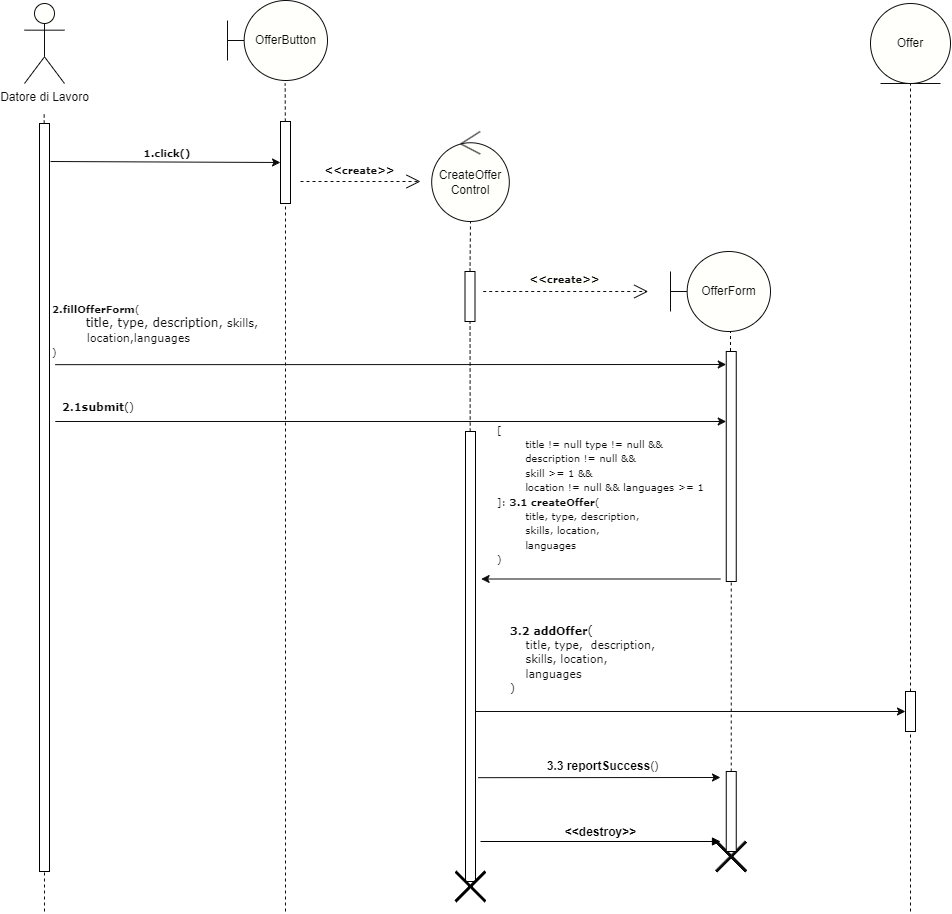
Earlier version of the draw.io export Documentazione/1. Requirement_Analysis_Document/Sequence_Diagrams/SD_CO.png (JacopoPassariello/TuringCareers). Source tidied: cells renumbered, new cells last; positions are measured from the earlier drawing's top-left corner, leaving out a move shared by most shapes.
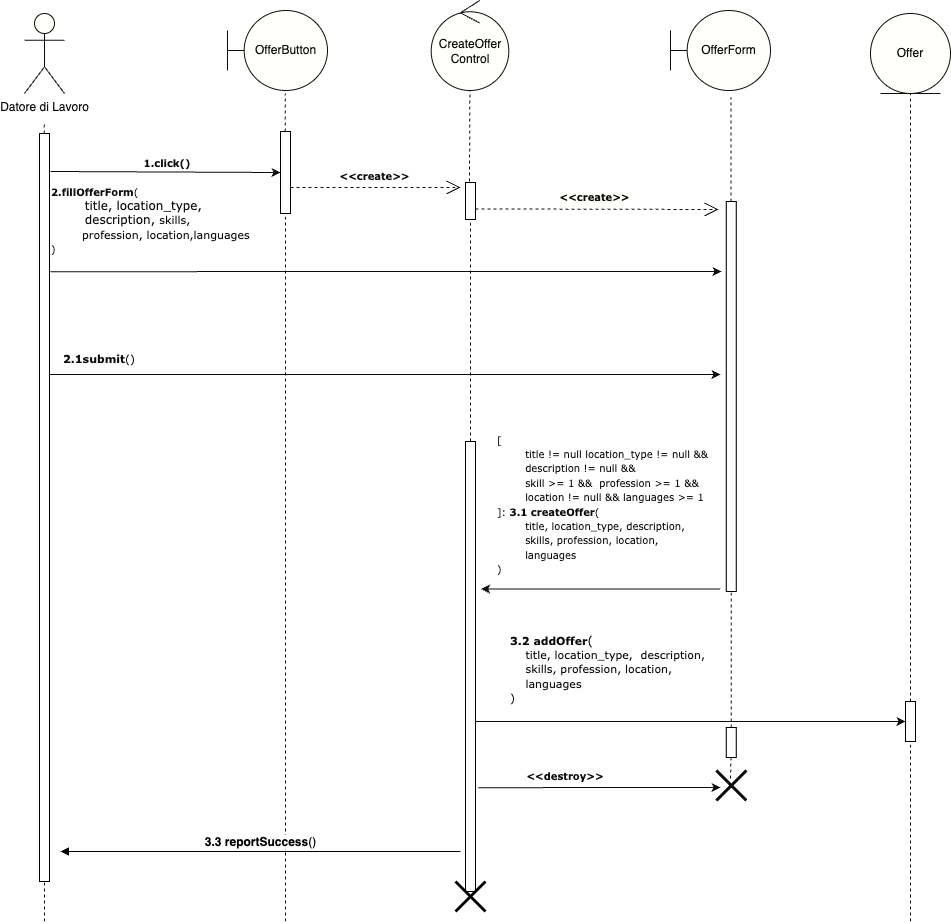
After the change.

Commit message:
Update sequence diagram CO

The edit, as a diff of the source:
```diff
@@ -10,11 +10,16 @@
         <mxPoint x="260.7" y="83" as="targetPoint" />
       </mxGeometry>
     </mxCell>
-    <mxCell id="4" style="endArrow=none;dashed=1;html=1;rounded=0;strokeColor=#0D0D0D;exitX=0.5;exitY=0;exitDx=0;exitDy=0;" parent="1" edge="1" source="14">
+    <mxCell id="4" style="endArrow=none;dashed=1;html=1;rounded=0;entryX=0.499;entryY=0.996;entryDx=0;entryDy=0;strokeColor=#0D0D0D;entryPerimeter=0;" parent="1" edge="1" target="24">
       <mxGeometry relative="1" as="geometry">
-        <mxPoint x="446" y="221" as="targetPoint" />
+        <mxPoint x="445" y="171" as="sourcePoint" />
       </mxGeometry>
     </mxCell>
+    <mxCell id="41" style="endArrow=none;dashed=1;html=1;rounded=0;strokeColor=#0D0D0D;entryX=0.587;entryY=1.046;entryDx=0;entryDy=0;entryPerimeter=0;" parent="1" edge="1" source="19">
+      <mxGeometry relative="1" as="geometry">
+        <mxPoint x="706.4" y="86.7" as="targetPoint" />
+      </mxGeometry>
+    </mxCell>
     <mxCell id="5" style="endArrow=none;dashed=1;html=1;rounded=0;entryX=0.5;entryY=1;entryDx=0;entryDy=0;strokeColor=#0D0D0D;" parent="1" edge="1" source="32" target="23">
       <mxGeometry relative="1" as="geometry" />
     </mxCell>
@@ -51,58 +56,58 @@
       <mxGeometry relative="1" as="geometry" />
     </mxCell>
     <mxCell id="14" style="rounded=0;whiteSpace=wrap;html=1;strokeColor=default;fillColor=none;" parent="1" vertex="1">
-      <mxGeometry x="440.5" y="271" width="10" height="50" as="geometry" />
+      <mxGeometry x="441" y="172" width="10" height="37" as="geometry" />
     </mxCell>
     <mxCell id="15" style="endArrow=classic;html=1;rounded=0;fontColor=#0D0D0D;strokeColor=#0D0D0D;" parent="1" edge="1">
       <mxGeometry relative="1" as="geometry">
-        <mxPoint x="30.8" y="364.2" as="sourcePoint" />
-        <mxPoint x="701.8" y="364" as="targetPoint" />
+        <mxPoint x="26" y="261.2" as="sourcePoint" />
+        <mxPoint x="697" y="261" as="targetPoint" />
       </mxGeometry>
     </mxCell>
     <mxCell id="16" value="&lt;font color=&quot;#0d0d0d&quot; style=&quot;font-size: 10px;&quot; face=&quot;Verdana&quot;&gt;&lt;b&gt;&amp;lt;&amp;lt;create&amp;gt;&amp;gt;&lt;/b&gt;&lt;/font&gt;" style="endArrow=open;endSize=12;dashed=1;html=1;rounded=0;strokeColor=#0D0D0D;labelBackgroundColor=none;" parent="1" edge="1">
       <mxGeometry x="-0.02" y="11" relative="1" as="geometry">
-        <mxPoint x="276" y="181" as="sourcePoint" />
-        <mxPoint x="396" y="181" as="targetPoint" />
+        <mxPoint x="266" y="177" as="sourcePoint" />
+        <mxPoint x="436" y="177" as="targetPoint" />
       </mxGeometry>
     </mxCell>
     <mxCell id="17" value="&lt;font style=&quot;font-size: 10px;&quot; face=&quot;Verdana&quot;&gt;&lt;b&gt;&amp;lt;&amp;lt;create&amp;gt;&amp;gt;&lt;/b&gt;&lt;/font&gt;" style="endArrow=open;endSize=12;dashed=1;html=1;rounded=0;strokeColor=#0D0D0D;fontColor=#0D0D0D;labelBackgroundColor=#FFFFFC;" parent="1" edge="1">
       <mxGeometry x="-0.02" y="12" relative="1" as="geometry">
-        <mxPoint x="458.7" y="291" as="sourcePoint" />
-        <mxPoint x="623.7" y="291" as="targetPoint" />
+        <mxPoint x="451" y="198.4" as="sourcePoint" />
+        <mxPoint x="694" y="199" as="targetPoint" />
       </mxGeometry>
     </mxCell>
     <mxCell id="18" style="endArrow=none;dashed=1;html=1;rounded=0;strokeColor=#0D0D0D;" parent="1" edge="1" source="36" target="19">
       <mxGeometry relative="1" as="geometry" />
     </mxCell>
     <mxCell id="19" style="rounded=0;whiteSpace=wrap;html=1;strokeColor=default;fillColor=none;" parent="1" vertex="1">
-      <mxGeometry x="701.8" y="351" width="10" height="230" as="geometry" />
+      <mxGeometry x="701.8" y="191" width="10" height="390" as="geometry" />
     </mxCell>
-    <mxCell id="20" value="&lt;font face=&quot;Verdana&quot;&gt;&lt;font style=&quot;font-size: 10px;&quot;&gt;&lt;b style=&quot;&quot;&gt;2.fillOfferForm&lt;/b&gt;(&lt;br&gt;&lt;/font&gt;&lt;span style=&quot;white-space: pre;&quot;&gt;&#9;&lt;/span&gt;title, type,&amp;nbsp;description,&amp;nbsp;&lt;span style=&quot;font-size: 11px;&quot;&gt;skills, &lt;span style=&quot;white-space: pre;&quot;&gt;&#9;&lt;/span&gt;&amp;nbsp;location,&lt;/span&gt;&lt;span style=&quot;font-size: 11px;&quot;&gt;languages&lt;/span&gt;&lt;font style=&quot;font-size: 10px;&quot;&gt;&lt;br&gt;)&lt;/font&gt;&lt;/font&gt;" style="text;html=1;strokeColor=none;fillColor=none;align=left;verticalAlign=middle;whiteSpace=wrap;rounded=0;labelBackgroundColor=none;fontColor=#0D0D0D;" parent="1" vertex="1">
-      <mxGeometry x="26" y="301" width="240" height="58" as="geometry" />
+    <mxCell id="20" value="&lt;font face=&quot;Verdana&quot;&gt;&lt;font style=&quot;font-size: 10px;&quot;&gt;&lt;b style=&quot;&quot;&gt;2.fillOfferForm&lt;/b&gt;(&lt;br&gt;&lt;/font&gt;&lt;span style=&quot;white-space: pre;&quot;&gt;&#9;&lt;/span&gt;title, location_type,&lt;br&gt;&lt;span style=&quot;white-space: pre;&quot;&gt;&#9;&lt;/span&gt;description,&amp;nbsp;&lt;span style=&quot;font-size: 11px;&quot;&gt;skills,&lt;br&gt;&lt;span style=&quot;white-space: pre;&quot;&gt;&#9;&lt;/span&gt;profession, location,&lt;/span&gt;&lt;span style=&quot;font-size: 11px;&quot;&gt;languages&lt;/span&gt;&lt;font style=&quot;font-size: 10px;&quot;&gt;&lt;br&gt;)&lt;/font&gt;&lt;/font&gt;" style="text;html=1;strokeColor=none;fillColor=none;align=left;verticalAlign=middle;whiteSpace=wrap;rounded=0;labelBackgroundColor=none;fontColor=#0D0D0D;" parent="1" vertex="1">
+      <mxGeometry x="25" y="181" width="240" height="58" as="geometry" />
     </mxCell>
     <mxCell id="21" style="endArrow=classic;html=1;rounded=0;strokeColor=#0D0D0D;" parent="1" edge="1">
       <mxGeometry relative="1" as="geometry">
-        <mxPoint x="30.8" y="421" as="sourcePoint" />
-        <mxPoint x="701.8" y="421" as="targetPoint" />
+        <mxPoint x="25" y="364" as="sourcePoint" />
+        <mxPoint x="696" y="364" as="targetPoint" />
       </mxGeometry>
     </mxCell>
     <mxCell id="22" value="&lt;font face=&quot;Verdana&quot; style=&quot;font-size: 11px;&quot;&gt;&lt;b style=&quot;&quot;&gt;2.1submit&lt;/b&gt;()&lt;/font&gt;" style="text;html=1;strokeColor=none;fillColor=none;align=left;verticalAlign=middle;whiteSpace=wrap;rounded=0;fontColor=#0D0D0D;" parent="1" vertex="1">
-      <mxGeometry x="36" y="391" width="86" height="32" as="geometry" />
+      <mxGeometry x="36.8" y="333" width="86" height="32" as="geometry" />
     </mxCell>
     <mxCell id="23" value="Offer" style="ellipse;shape=umlEntity;whiteSpace=wrap;html=1;strokeColor=#0D0D0D;fontColor=#0D0D0D;fillColor=#FFFFFC;" parent="1" vertex="1">
       <mxGeometry x="846" y="3" width="80" height="80" as="geometry" />
     </mxCell>
     <mxCell id="24" value="CreateOffer&lt;br&gt;Control" style="ellipse;shape=umlControl;whiteSpace=wrap;html=1;strokeColor=#0D0D0D;fontColor=#0D0D0D;fillColor=#FFFFFC;" parent="1" vertex="1">
-      <mxGeometry x="407.2" y="131" width="77.6" height="90" as="geometry" />
+      <mxGeometry x="406.7" y="-10" width="77.6" height="90" as="geometry" />
     </mxCell>
     <mxCell id="25" value="&lt;font color=&quot;#0d0d0d&quot;&gt;OfferButton&lt;/font&gt;" style="shape=umlBoundary;whiteSpace=wrap;html=1;strokeColor=#0D0D0D;fillColor=#FFFFFC;" parent="1" vertex="1">
       <mxGeometry x="203" width="100" height="80" as="geometry" />
     </mxCell>
     <mxCell id="26" value="OfferForm" style="shape=umlBoundary;whiteSpace=wrap;html=1;strokeColor=#0D0D0D;fontColor=#0D0D0D;fillColor=#FFFFFC;" parent="1" vertex="1">
-      <mxGeometry x="646" y="251" width="100" height="80" as="geometry" />
+      <mxGeometry x="646" width="100" height="80" as="geometry" />
     </mxCell>
-    <mxCell id="27" value="&lt;font face=&quot;Verdana&quot;&gt;&lt;font style=&quot;font-size: 10px;&quot;&gt;[ &lt;br&gt;&lt;span style=&quot;white-space: pre;&quot;&gt;&#9;&lt;/span&gt;title != null type != null &amp;amp;&amp;amp; &lt;span style=&quot;white-space: pre;&quot;&gt;&#9;&lt;/span&gt;description != null &amp;amp;&amp;amp;&lt;br&gt;&lt;span style=&quot;white-space: pre;&quot;&gt;&#9;&lt;/span&gt;skill &amp;gt;= 1 &amp;amp;&amp;amp;&lt;br&gt;&lt;span style=&quot;white-space: pre;&quot;&gt;&#9;&lt;/span&gt;location != null &amp;amp;&amp;amp; languages &amp;gt;= 1&lt;br&gt;]: &lt;b style=&quot;&quot;&gt;3.1 createOffer&lt;/b&gt;(&lt;br&gt;&lt;span style=&quot;white-space: pre;&quot;&gt;&amp;nbsp;&amp;nbsp;&amp;nbsp;&amp;nbsp;&lt;span style=&quot;white-space: pre;&quot;&gt;&#9;&lt;/span&gt;&lt;/span&gt;&lt;/font&gt;&lt;font style=&quot;font-size: 10px;&quot;&gt;title, type, description,&lt;/font&gt;&lt;br&gt;&lt;span style=&quot;font-size: 10px;&quot;&gt;&lt;span style=&quot;&quot;&gt;&lt;span style=&quot;white-space: pre;&quot;&gt;&amp;nbsp;&amp;nbsp;&amp;nbsp;&amp;nbsp;&lt;span style=&quot;white-space: pre;&quot;&gt;&#9;&lt;/span&gt;&lt;/span&gt;&lt;/span&gt;skills&lt;/span&gt;&lt;span style=&quot;font-size: 10px;&quot;&gt;,&lt;span style=&quot;white-space: pre;&quot;&gt;&amp;nbsp;&lt;/span&gt;&lt;/span&gt;&lt;span style=&quot;font-size: 10px;&quot;&gt;location,&lt;/span&gt;&lt;br style=&quot;font-size: 10px;&quot;&gt;&lt;span style=&quot;font-size: 10px;&quot;&gt;&lt;span style=&quot;&quot;&gt;&amp;nbsp;&amp;nbsp;&amp;nbsp;&amp;nbsp;&lt;span style=&quot;white-space: pre;&quot;&gt;&amp;nbsp;&amp;nbsp;&amp;nbsp;&amp;nbsp;&lt;/span&gt;&lt;/span&gt;&lt;/span&gt;&lt;span style=&quot;font-size: 10px;&quot;&gt;languages&lt;/span&gt;&lt;font style=&quot;font-size: 10px;&quot;&gt;&lt;br&gt;)&lt;/font&gt;&lt;/font&gt;" style="text;html=1;strokeColor=none;fillColor=none;align=left;verticalAlign=middle;whiteSpace=wrap;rounded=0;fontColor=#0D0D0D;" parent="1" vertex="1">
-      <mxGeometry x="470.8" y="408.5" width="211" height="170" as="geometry" />
+    <mxCell id="27" value="&lt;font face=&quot;Verdana&quot;&gt;&lt;font style=&quot;font-size: 10px;&quot;&gt;[ &lt;br&gt;&lt;span style=&quot;white-space: pre;&quot;&gt;&#9;&lt;/span&gt;title != null location_type != null &amp;amp;&amp;amp; &lt;span style=&quot;white-space: pre;&quot;&gt;&#9;&lt;/span&gt;description != null &amp;amp;&amp;amp;&lt;br&gt;&lt;span style=&quot;white-space: pre;&quot;&gt;&#9;&lt;/span&gt;skill &amp;gt;= 1 &amp;amp;&amp;amp;&amp;nbsp; profession &amp;gt;= 1 &amp;amp;&amp;amp;&lt;br&gt;&lt;span style=&quot;white-space: pre;&quot;&gt;&#9;&lt;/span&gt;location != null &amp;amp;&amp;amp; languages &amp;gt;= 1&lt;br&gt;]: &lt;b style=&quot;&quot;&gt;3.1 createOffer&lt;/b&gt;(&lt;br&gt;&lt;span style=&quot;white-space: pre;&quot;&gt;&amp;nbsp;&amp;nbsp;&amp;nbsp;&amp;nbsp;&lt;span style=&quot;white-space: pre;&quot;&gt;&#9;&lt;/span&gt;&lt;/span&gt;&lt;/font&gt;&lt;font style=&quot;font-size: 10px;&quot;&gt;title, location_type, description,&lt;/font&gt;&lt;br&gt;&lt;span style=&quot;font-size: 10px;&quot;&gt;&lt;span style=&quot;&quot;&gt;&lt;span style=&quot;white-space: pre;&quot;&gt;&amp;nbsp;&amp;nbsp;&amp;nbsp;&amp;nbsp;&lt;span style=&quot;white-space: pre;&quot;&gt;&#9;&lt;/span&gt;&lt;/span&gt;&lt;/span&gt;skills,&amp;nbsp;&lt;/span&gt;&lt;span style=&quot;font-size: 10px;&quot;&gt;profession,&lt;span style=&quot;white-space: pre;&quot;&gt;&amp;nbsp;&lt;/span&gt;&lt;/span&gt;&lt;span style=&quot;font-size: 10px;&quot;&gt;location,&lt;/span&gt;&lt;br style=&quot;font-size: 10px;&quot;&gt;&lt;span style=&quot;font-size: 10px;&quot;&gt;&lt;span style=&quot;&quot;&gt;&amp;nbsp;&amp;nbsp;&amp;nbsp;&amp;nbsp;&lt;span style=&quot;white-space: pre;&quot;&gt;&amp;nbsp;&amp;nbsp;&amp;nbsp;&amp;nbsp;&lt;/span&gt;&lt;/span&gt;&lt;/span&gt;&lt;span style=&quot;font-size: 10px;&quot;&gt;languages&lt;/span&gt;&lt;font style=&quot;font-size: 10px;&quot;&gt;&lt;br&gt;)&lt;/font&gt;&lt;/font&gt;" style="text;html=1;strokeColor=none;fillColor=none;align=left;verticalAlign=middle;whiteSpace=wrap;rounded=0;fontColor=#0D0D0D;" parent="1" vertex="1">
+      <mxGeometry x="470.8" y="408.5" width="225.2" height="170" as="geometry" />
     </mxCell>
     <mxCell id="28" style="endArrow=classic;html=1;rounded=0;strokeColor=#0D0D0D;" parent="1" edge="1">
       <mxGeometry relative="1" as="geometry">
@@ -116,8 +121,8 @@
         <mxPoint x="696" y="777" as="targetPoint" />
       </mxGeometry>
     </mxCell>
-    <mxCell id="30" value="&lt;b style=&quot;border-color: var(--border-color); color: rgb(0, 0, 0); background-color: rgb(255, 255, 255);&quot;&gt;3.3 reportSuccess&lt;/b&gt;()" style="text;html=1;strokeColor=none;fillColor=none;align=center;verticalAlign=middle;whiteSpace=wrap;rounded=0;fontColor=#0D0D0D;" parent="1" vertex="1">
-      <mxGeometry x="521.2" y="760" width="114.8" height="11" as="geometry" />
+    <mxCell id="30" value="&lt;font face=&quot;Verdana&quot;&gt;&lt;span style=&quot;font-size: 10px;&quot;&gt;&lt;b&gt;&amp;lt;&amp;lt;destroy&amp;gt;&amp;gt;&lt;/b&gt;&lt;/span&gt;&lt;/font&gt;" style="text;html=1;strokeColor=none;fillColor=none;align=center;verticalAlign=middle;whiteSpace=wrap;rounded=0;fontColor=#0D0D0D;" parent="1" vertex="1">
+      <mxGeometry x="521.2" y="760" width="40" height="11" as="geometry" />
     </mxCell>
     <mxCell id="31" style="endArrow=none;dashed=1;html=1;rounded=0;entryX=0.5;entryY=1;entryDx=0;entryDy=0;strokeColor=#0D0D0D;" parent="1" edge="1" target="32">
       <mxGeometry relative="1" as="geometry">
@@ -132,29 +137,31 @@
         <mxPoint x="451" y="711" as="sourcePoint" />
       </mxGeometry>
     </mxCell>
+    <mxCell id="42" style="endArrow=none;dashed=1;html=1;rounded=0;strokeColor=#0D0D0D;" parent="1" edge="1" source="36">
+      <mxGeometry relative="1" as="geometry">
+        <mxPoint x="706" y="771" as="targetPoint" />
+      </mxGeometry>
+    </mxCell>
     <mxCell id="34" style="shape=umlDestroy;whiteSpace=wrap;html=1;strokeWidth=3;targetShapes=umlLifeline;strokeColor=#0D0D0D;" parent="1" vertex="1">
-      <mxGeometry x="691.8" y="841" width="30" height="30" as="geometry" />
+      <mxGeometry x="691.8" y="760" width="30" height="30" as="geometry" />
     </mxCell>
-    <mxCell id="35" value="&lt;font face=&quot;Verdana&quot;&gt;&lt;b style=&quot;font-size: 11px;&quot;&gt;3.2 addOffer&lt;/b&gt;(&lt;br style=&quot;font-size: 11px;&quot;&gt;&lt;span style=&quot;font-size: 11px;&quot;&gt;&lt;span style=&quot;white-space: pre;&quot;&gt;&amp;nbsp;&amp;nbsp;&amp;nbsp;&amp;nbsp;&lt;/span&gt;&lt;/span&gt;&lt;span style=&quot;font-size: 11px;&quot;&gt;title, type,&amp;nbsp; description,&lt;/span&gt;&lt;br style=&quot;font-size: 11px;&quot;&gt;&lt;span style=&quot;font-size: 11px;&quot;&gt;&lt;span style=&quot;white-space: pre;&quot;&gt;&amp;nbsp;&amp;nbsp;&amp;nbsp;&amp;nbsp;&lt;/span&gt;&lt;/span&gt;&lt;span style=&quot;font-size: 11px;&quot;&gt;skills, location,&lt;/span&gt;&lt;br style=&quot;font-size: 11px;&quot;&gt;&lt;span style=&quot;font-size: 11px;&quot;&gt;&lt;span style=&quot;white-space: pre;&quot;&gt;&amp;nbsp;&amp;nbsp;&amp;nbsp;&amp;nbsp;&lt;/span&gt;&lt;/span&gt;&lt;span style=&quot;font-size: 11px;&quot;&gt;languages&lt;/span&gt;&lt;br style=&quot;font-size: 11px;&quot;&gt;&lt;span style=&quot;font-size: 11px;&quot;&gt;)&lt;/span&gt;&lt;/font&gt;" style="text;html=1;strokeColor=none;fillColor=none;align=left;verticalAlign=middle;whiteSpace=wrap;rounded=0;fontColor=#0D0D0D;" parent="1" vertex="1">
+    <mxCell id="35" value="&lt;font face=&quot;Verdana&quot;&gt;&lt;b style=&quot;font-size: 11px;&quot;&gt;3.2 addOffer&lt;/b&gt;(&lt;br style=&quot;font-size: 11px;&quot;&gt;&lt;span style=&quot;font-size: 11px;&quot;&gt;&lt;span style=&quot;white-space: pre;&quot;&gt;&amp;nbsp;&amp;nbsp;&amp;nbsp;&amp;nbsp;&lt;/span&gt;&lt;/span&gt;&lt;span style=&quot;font-size: 11px;&quot;&gt;title, location_type,&amp;nbsp; description,&lt;/span&gt;&lt;br style=&quot;font-size: 11px;&quot;&gt;&lt;span style=&quot;font-size: 11px;&quot;&gt;&lt;span style=&quot;white-space: pre;&quot;&gt;&amp;nbsp;&amp;nbsp;&amp;nbsp;&amp;nbsp;&lt;/span&gt;&lt;/span&gt;&lt;span style=&quot;font-size: 11px;&quot;&gt;skills, profession, location,&lt;/span&gt;&lt;br style=&quot;font-size: 11px;&quot;&gt;&lt;span style=&quot;font-size: 11px;&quot;&gt;&lt;span style=&quot;white-space: pre;&quot;&gt;&amp;nbsp;&amp;nbsp;&amp;nbsp;&amp;nbsp;&lt;/span&gt;&lt;/span&gt;&lt;span style=&quot;font-size: 11px;&quot;&gt;languages&lt;/span&gt;&lt;br style=&quot;font-size: 11px;&quot;&gt;&lt;span style=&quot;font-size: 11px;&quot;&gt;)&lt;/span&gt;&lt;/font&gt;" style="text;html=1;strokeColor=none;fillColor=none;align=left;verticalAlign=middle;whiteSpace=wrap;rounded=0;fontColor=#0D0D0D;" parent="1" vertex="1">
       <mxGeometry x="484.3" y="609.5" width="197.4" height="99" as="geometry" />
     </mxCell>
     <mxCell id="36" style="rounded=0;whiteSpace=wrap;html=1;" parent="1" vertex="1">
-      <mxGeometry x="701.8" y="771" width="10" height="80" as="geometry" />
+      <mxGeometry x="701.8" y="717" width="10" height="30" as="geometry" />
     </mxCell>
     <mxCell id="37" style="rounded=0;whiteSpace=wrap;html=1;strokeColor=default;fillColor=none;" parent="1" vertex="1">
       <mxGeometry x="441" y="431" width="10" height="450" as="geometry" />
     </mxCell>
-    <mxCell id="38" value="&lt;span style=&quot;font-size: 12px;&quot;&gt;&lt;b&gt;&amp;lt;&amp;lt;destroy&amp;gt;&amp;gt;&lt;/b&gt;&lt;/span&gt;" style="html=1;verticalAlign=bottom;endArrow=block;curved=0;rounded=0;" parent="1" edge="1">
+    <mxCell id="38" value="&lt;span style=&quot;font-size: 12px;&quot;&gt;&lt;b&gt;3.3 reportSuccess&lt;/b&gt;()&lt;/span&gt;" style="html=1;verticalAlign=bottom;endArrow=block;curved=0;rounded=0;" parent="1" edge="1">
       <mxGeometry relative="1" as="geometry">
-        <mxPoint x="456" y="841" as="sourcePoint" />
-        <mxPoint x="696" y="841" as="targetPoint" />
+        <mxPoint x="436" y="841" as="sourcePoint" />
+        <mxPoint x="36" y="841" as="targetPoint" />
       </mxGeometry>
     </mxCell>
     <mxCell id="39" style="shape=umlDestroy;whiteSpace=wrap;html=1;strokeWidth=3;targetShapes=umlLifeline;" parent="1" vertex="1">
       <mxGeometry x="431" y="871" width="30" height="30" as="geometry" />
     </mxCell>
-    <mxCell id="40" style="endArrow=none;dashed=1;html=1;rounded=0;exitX=0.423;exitY=-0.002;exitDx=0;exitDy=0;entryX=0.6;entryY=0.996;entryDx=0;entryDy=0;entryPerimeter=0;exitPerimeter=0;" parent="1" edge="1" source="19" target="26">
-      <mxGeometry relative="1" as="geometry" />
-    </mxCell>
   </root>
 </mxGraphModel>
```
